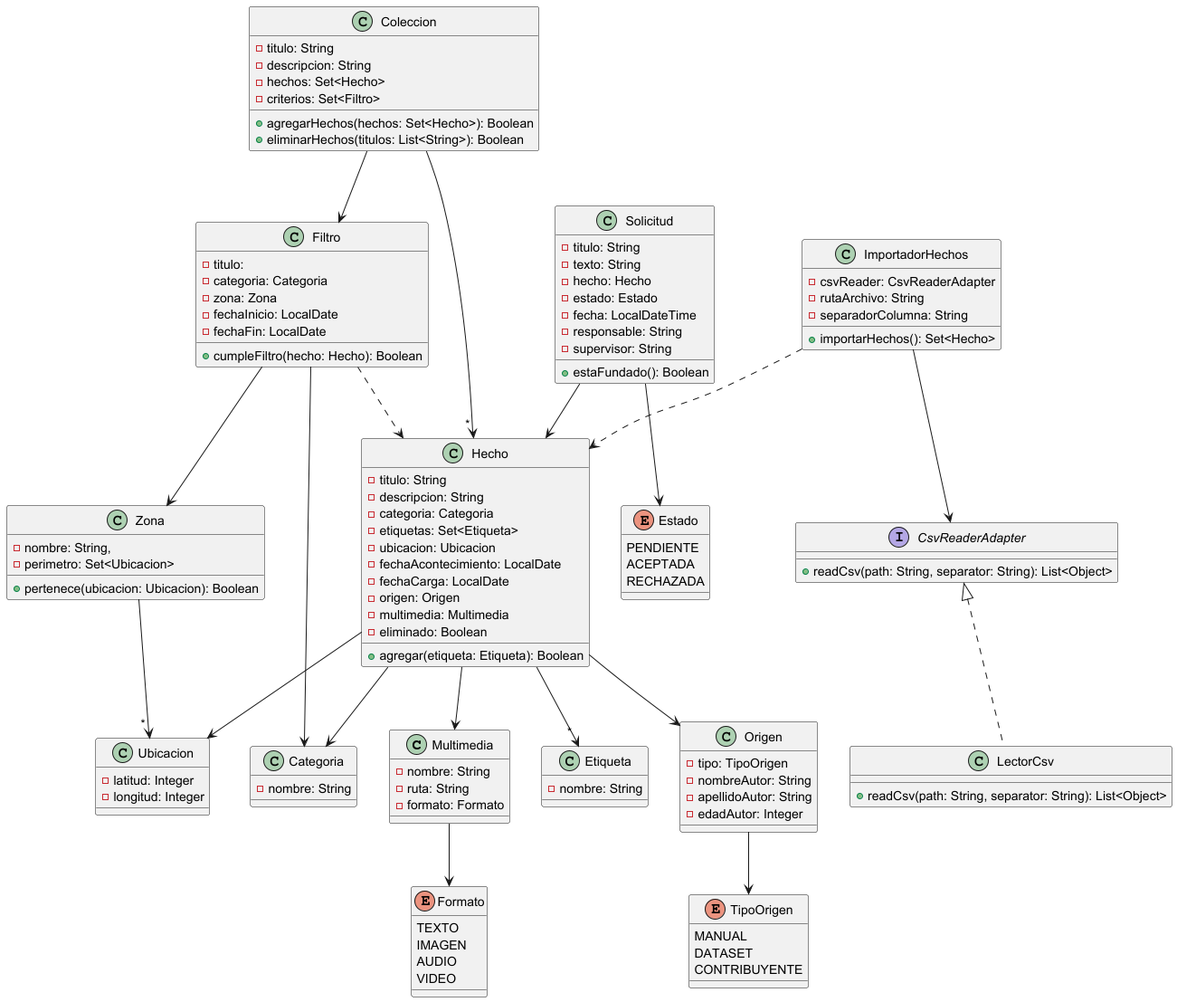
This is docs/diagrama_de_clases.png from Leo-de-Riv3r/2025-tpa-ma-ma-grupo-02-deploy, a PlantUML export, as it was before one commit.
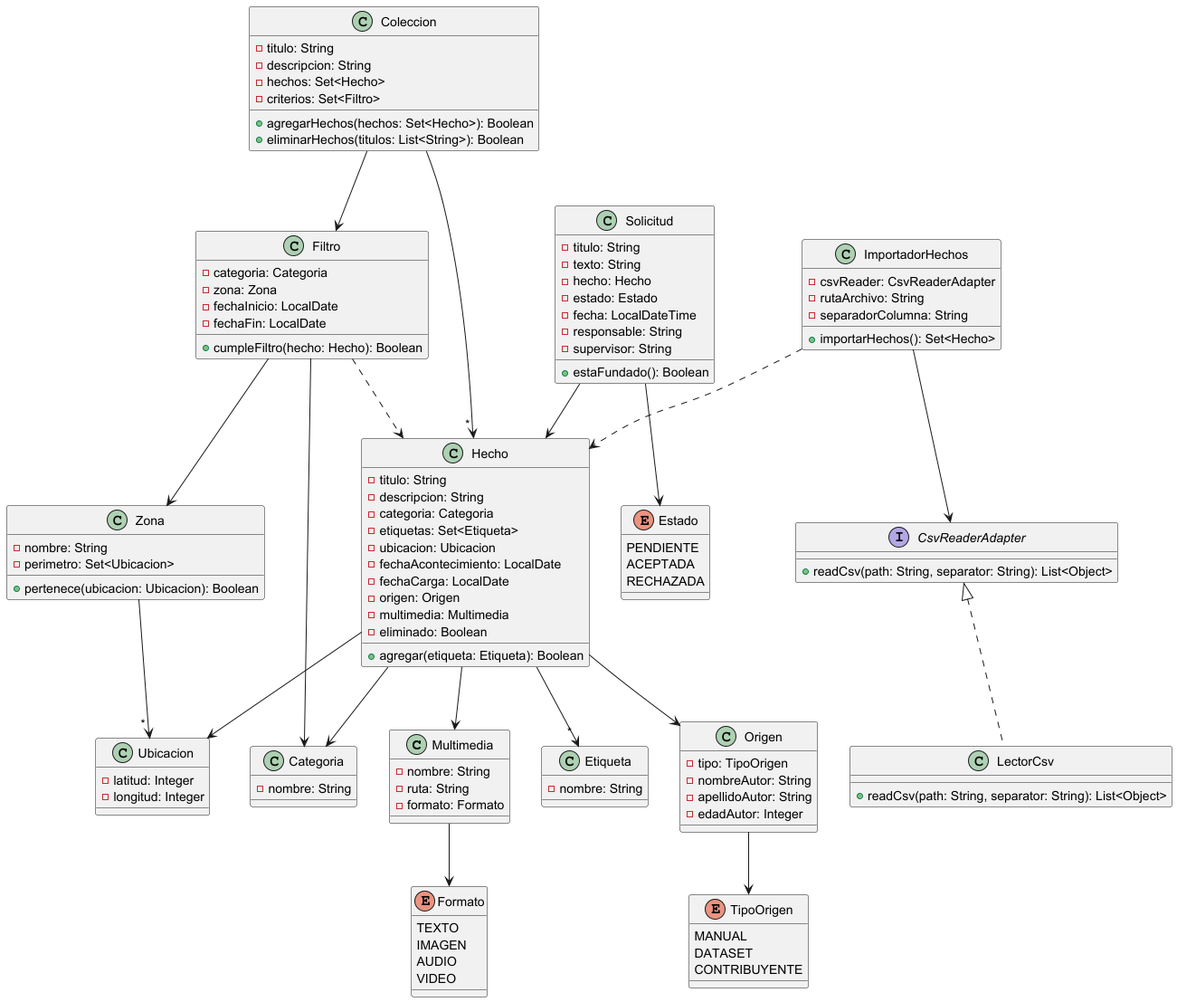
Above is the later version.

Commit message:
imagen actualizada de diagrama de clases

What changed in the source:
```diff
@@ -79,13 +79,12 @@
 }
 
 class Zona {
-    - nombre: String,
+    - nombre: String
     - perimetro: Set<Ubicacion>
     + pertenece(ubicacion: Ubicacion): Boolean
 }
 
 class Filtro {
-    - titulo:
     - categoria: Categoria
     - zona: Zona
     - fechaInicio: LocalDate
```
